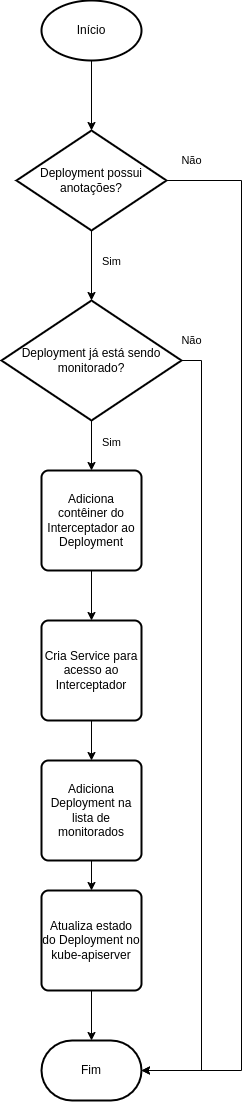
Before: images/deployment-controller.png, a diagram exported from draw.io (GianOrtiz/tcc). Source tidied: cells renumbered, new cells last; positions are measured from the earlier drawing's top-left corner, leaving out a move shared by most shapes. Its diagram source:
```xml
<mxGraphModel>
  <root>
    <mxCell id="0" />
    <mxCell id="1" parent="0" />
    <mxCell id="2" value="Início" style="strokeWidth=2;html=1;shape=mxgraph.flowchart.start_1;whiteSpace=wrap;" parent="1" vertex="1">
      <mxGeometry x="40" width="100" height="60" as="geometry" />
    </mxCell>
    <mxCell id="3" style="edgeStyle=orthogonalEdgeStyle;rounded=0;jettySize=auto;html=1;entryX=1;entryY=0.5;entryDx=0;entryDy=0;entryPerimeter=0;" parent="1" edge="1" source="5" target="7">
      <mxGeometry relative="1" as="geometry">
        <Array as="points">
          <mxPoint x="240" y="180" />
          <mxPoint x="240" y="1070" />
        </Array>
      </mxGeometry>
    </mxCell>
    <mxCell id="4" value="Não" style="edgeLabel;html=1;align=center;verticalAlign=middle;" parent="3" vertex="1">
      <mxGeometry x="-0.76" y="-1" relative="1" as="geometry">
        <mxPoint x="-49" y="-73" as="offset" />
      </mxGeometry>
    </mxCell>
    <mxCell id="5" value="Deployment possui anotações?" style="strokeWidth=2;html=1;shape=mxgraph.flowchart.decision;whiteSpace=wrap;" parent="1" vertex="1">
      <mxGeometry x="15" y="130" width="150" height="100" as="geometry" />
    </mxCell>
    <mxCell id="6" style="edgeStyle=orthogonalEdgeStyle;rounded=0;jettySize=auto;html=1;entryX=0.5;entryY=0;entryDx=0;entryDy=0;entryPerimeter=0;" parent="1" edge="1" source="2" target="5">
      <mxGeometry relative="1" as="geometry" />
    </mxCell>
    <mxCell id="7" value="Fim" style="strokeWidth=2;html=1;shape=mxgraph.flowchart.terminator;whiteSpace=wrap;" parent="1" vertex="1">
      <mxGeometry x="40" y="1040" width="100" height="60" as="geometry" />
    </mxCell>
    <mxCell id="8" style="edgeStyle=orthogonalEdgeStyle;rounded=0;jettySize=auto;html=1;entryX=0.5;entryY=0;entryDx=0;entryDy=0;" parent="1" edge="1" source="10" target="14">
      <mxGeometry relative="1" as="geometry" />
    </mxCell>
    <mxCell id="9" value="Sim" style="edgeLabel;html=1;align=center;verticalAlign=middle;" parent="8" vertex="1">
      <mxGeometry x="-0.12" y="-2" relative="1" as="geometry">
        <mxPoint x="22" as="offset" />
      </mxGeometry>
    </mxCell>
    <mxCell id="10" value="Deployment já está sendo monitorado?" style="strokeWidth=2;html=1;shape=mxgraph.flowchart.decision;whiteSpace=wrap;" parent="1" vertex="1">
      <mxGeometry y="300" width="180" height="120" as="geometry" />
    </mxCell>
    <mxCell id="11" style="edgeStyle=orthogonalEdgeStyle;rounded=0;jettySize=auto;html=1;entryX=0.5;entryY=0;entryDx=0;entryDy=0;entryPerimeter=0;" parent="1" edge="1" source="5" target="10">
      <mxGeometry relative="1" as="geometry" />
    </mxCell>
    <mxCell id="12" value="Sim" style="edgeLabel;html=1;align=center;verticalAlign=middle;" parent="11" vertex="1">
      <mxGeometry x="-0.31" relative="1" as="geometry">
        <mxPoint x="20" y="6" as="offset" />
      </mxGeometry>
    </mxCell>
    <mxCell id="13" style="edgeStyle=orthogonalEdgeStyle;rounded=0;jettySize=auto;html=1;entryX=0.5;entryY=0;entryDx=0;entryDy=0;" parent="1" edge="1" source="14" target="16">
      <mxGeometry relative="1" as="geometry" />
    </mxCell>
    <mxCell id="14" value="Adiciona contêiner do Interceptador ao Deployment" style="rounded=1;whiteSpace=wrap;html=1;absoluteArcSize=1;arcSize=14;strokeWidth=2;" parent="1" vertex="1">
      <mxGeometry x="40" y="470" width="100" height="100" as="geometry" />
    </mxCell>
    <mxCell id="15" style="edgeStyle=orthogonalEdgeStyle;rounded=0;jettySize=auto;html=1;entryX=0.5;entryY=0;entryDx=0;entryDy=0;" parent="1" edge="1" source="16" target="18">
      <mxGeometry relative="1" as="geometry" />
    </mxCell>
    <mxCell id="16" value="Cria Service para acesso ao Interceptador" style="rounded=1;whiteSpace=wrap;html=1;absoluteArcSize=1;arcSize=14;strokeWidth=2;" parent="1" vertex="1">
      <mxGeometry x="40" y="620" width="100" height="100" as="geometry" />
    </mxCell>
    <mxCell id="17" style="edgeStyle=orthogonalEdgeStyle;rounded=0;jettySize=auto;html=1;entryX=0.5;entryY=0;entryDx=0;entryDy=0;" parent="1" edge="1" source="18" target="19">
      <mxGeometry relative="1" as="geometry" />
    </mxCell>
    <mxCell id="18" value="Adiciona Deployment na lista de monitorados" style="rounded=1;whiteSpace=wrap;html=1;absoluteArcSize=1;arcSize=14;strokeWidth=2;" parent="1" vertex="1">
      <mxGeometry x="40" y="760" width="100" height="100" as="geometry" />
    </mxCell>
    <mxCell id="19" value="Atualiza estado do Deployment no kube-apiserver" style="rounded=1;whiteSpace=wrap;html=1;absoluteArcSize=1;arcSize=14;strokeWidth=2;" parent="1" vertex="1">
      <mxGeometry x="40" y="890" width="100" height="100" as="geometry" />
    </mxCell>
    <mxCell id="20" style="edgeStyle=orthogonalEdgeStyle;rounded=0;jettySize=auto;html=1;entryX=0.5;entryY=0;entryDx=0;entryDy=0;entryPerimeter=0;" parent="1" edge="1" source="19" target="7">
      <mxGeometry relative="1" as="geometry" />
    </mxCell>
    <mxCell id="21" style="edgeStyle=orthogonalEdgeStyle;rounded=0;jettySize=auto;html=1;entryX=1;entryY=0.5;entryDx=0;entryDy=0;entryPerimeter=0;" parent="1" edge="1" source="10" target="7">
      <mxGeometry relative="1" as="geometry">
        <Array as="points">
          <mxPoint x="200" y="360" />
          <mxPoint x="200" y="1070" />
        </Array>
      </mxGeometry>
    </mxCell>
    <mxCell id="22" value="Não" style="edgeLabel;html=1;align=center;verticalAlign=middle;" parent="21" vertex="1">
      <mxGeometry x="-0.83" y="3" relative="1" as="geometry">
        <mxPoint x="-13" y="-68" as="offset" />
      </mxGeometry>
    </mxCell>
  </root>
</mxGraphModel>
```
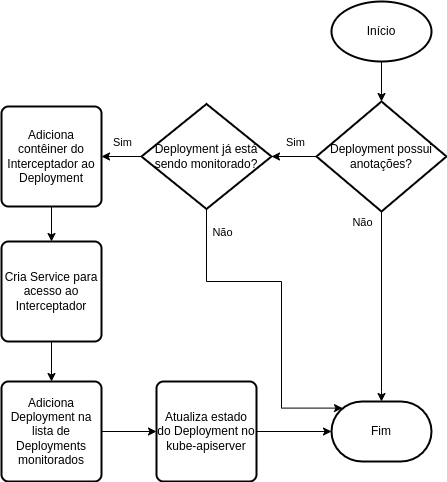
The same diagram one commit later.

Change to the diagram source:
```diff
@@ -3,85 +3,86 @@
     <mxCell id="0" />
     <mxCell id="1" parent="0" />
     <mxCell id="2" value="Início" style="strokeWidth=2;html=1;shape=mxgraph.flowchart.start_1;whiteSpace=wrap;" parent="1" vertex="1">
-      <mxGeometry x="40" width="100" height="60" as="geometry" />
+      <mxGeometry x="40" y="-10" width="100" height="60" as="geometry" />
     </mxCell>
-    <mxCell id="3" style="edgeStyle=orthogonalEdgeStyle;rounded=0;jettySize=auto;html=1;entryX=1;entryY=0.5;entryDx=0;entryDy=0;entryPerimeter=0;" parent="1" edge="1" source="5" target="7">
-      <mxGeometry relative="1" as="geometry">
-        <Array as="points">
-          <mxPoint x="240" y="180" />
-          <mxPoint x="240" y="1070" />
-        </Array>
-      </mxGeometry>
-    </mxCell>
-    <mxCell id="4" value="Não" style="edgeLabel;html=1;align=center;verticalAlign=middle;" parent="3" vertex="1">
-      <mxGeometry x="-0.76" y="-1" relative="1" as="geometry">
-        <mxPoint x="-49" y="-73" as="offset" />
-      </mxGeometry>
-    </mxCell>
+    <mxCell id="11" style="edgeStyle=orthogonalEdgeStyle;rounded=0;jettySize=auto;html=1;" parent="1" edge="1" source="5" target="10">
+      <mxGeometry relative="1" as="geometry" />
+    </mxCell>
+    <mxCell id="23" value="Sim" style="edgeLabel;html=1;align=center;verticalAlign=middle;" parent="11" vertex="1">
+      <mxGeometry x="-0.02" y="3" relative="1" as="geometry">
+        <mxPoint y="-18" as="offset" />
+      </mxGeometry>
+    </mxCell>
     <mxCell id="5" value="Deployment possui anotações?" style="strokeWidth=2;html=1;shape=mxgraph.flowchart.decision;whiteSpace=wrap;" parent="1" vertex="1">
-      <mxGeometry x="15" y="130" width="150" height="100" as="geometry" />
+      <mxGeometry x="25" y="90" width="130" height="110" as="geometry" />
     </mxCell>
     <mxCell id="6" style="edgeStyle=orthogonalEdgeStyle;rounded=0;jettySize=auto;html=1;entryX=0.5;entryY=0;entryDx=0;entryDy=0;entryPerimeter=0;" parent="1" edge="1" source="2" target="5">
       <mxGeometry relative="1" as="geometry" />
     </mxCell>
-    <mxCell id="7" value="Fim" style="strokeWidth=2;html=1;shape=mxgraph.flowchart.terminator;whiteSpace=wrap;" parent="1" vertex="1">
-      <mxGeometry x="40" y="1040" width="100" height="60" as="geometry" />
-    </mxCell>
+    <mxCell id="3" style="edgeStyle=orthogonalEdgeStyle;rounded=0;jettySize=auto;html=1;entryX=0.5;entryY=0;entryDx=0;entryDy=0;entryPerimeter=0;" parent="1" edge="1" source="5" target="7">
+      <mxGeometry relative="1" as="geometry">
+        <Array as="points">
+          <mxPoint x="90" y="380" />
+          <mxPoint x="90" y="380" />
+        </Array>
+      </mxGeometry>
+    </mxCell>
+    <mxCell id="24" value="Não" style="edgeLabel;html=1;align=center;verticalAlign=middle;" parent="3" vertex="1">
+      <mxGeometry x="0.11" y="-4" relative="1" as="geometry">
+        <mxPoint x="-16" y="-96" as="offset" />
+      </mxGeometry>
+    </mxCell>
-    <mxCell id="8" style="edgeStyle=orthogonalEdgeStyle;rounded=0;jettySize=auto;html=1;entryX=0.5;entryY=0;entryDx=0;entryDy=0;" parent="1" edge="1" source="10" target="14">
+    <mxCell id="8" style="edgeStyle=orthogonalEdgeStyle;rounded=0;jettySize=auto;html=1;entryX=1;entryY=0.5;entryDx=0;entryDy=0;" parent="1" edge="1" source="10" target="14">
       <mxGeometry relative="1" as="geometry" />
     </mxCell>
-    <mxCell id="9" value="Sim" style="edgeLabel;html=1;align=center;verticalAlign=middle;" parent="8" vertex="1">
-      <mxGeometry x="-0.12" y="-2" relative="1" as="geometry">
-        <mxPoint x="22" as="offset" />
-      </mxGeometry>
-    </mxCell>
+    <mxCell id="25" value="Sim" style="edgeLabel;html=1;align=center;verticalAlign=middle;" parent="8" vertex="1">
+      <mxGeometry x="0.2" y="1" relative="1" as="geometry">
+        <mxPoint x="4" y="-16" as="offset" />
+      </mxGeometry>
+    </mxCell>
     <mxCell id="10" value="Deployment já está sendo monitorado?" style="strokeWidth=2;html=1;shape=mxgraph.flowchart.decision;whiteSpace=wrap;" parent="1" vertex="1">
-      <mxGeometry y="300" width="180" height="120" as="geometry" />
+      <mxGeometry x="-150" y="92.5" width="130" height="105" as="geometry" />
     </mxCell>
-    <mxCell id="11" style="edgeStyle=orthogonalEdgeStyle;rounded=0;jettySize=auto;html=1;entryX=0.5;entryY=0;entryDx=0;entryDy=0;entryPerimeter=0;" parent="1" edge="1" source="5" target="10">
-      <mxGeometry relative="1" as="geometry" />
-    </mxCell>
-    <mxCell id="12" value="Sim" style="edgeLabel;html=1;align=center;verticalAlign=middle;" parent="11" vertex="1">
-      <mxGeometry x="-0.31" relative="1" as="geometry">
-        <mxPoint x="20" y="6" as="offset" />
-      </mxGeometry>
-    </mxCell>
     <mxCell id="13" style="edgeStyle=orthogonalEdgeStyle;rounded=0;jettySize=auto;html=1;entryX=0.5;entryY=0;entryDx=0;entryDy=0;" parent="1" edge="1" source="14" target="16">
       <mxGeometry relative="1" as="geometry" />
     </mxCell>
     <mxCell id="14" value="Adiciona contêiner do Interceptador ao Deployment" style="rounded=1;whiteSpace=wrap;html=1;absoluteArcSize=1;arcSize=14;strokeWidth=2;" parent="1" vertex="1">
-      <mxGeometry x="40" y="470" width="100" height="100" as="geometry" />
+      <mxGeometry x="-290" y="95" width="100" height="100" as="geometry" />
     </mxCell>
-    <mxCell id="15" style="edgeStyle=orthogonalEdgeStyle;rounded=0;jettySize=auto;html=1;entryX=0.5;entryY=0;entryDx=0;entryDy=0;" parent="1" edge="1" source="16" target="18">
-      <mxGeometry relative="1" as="geometry" />
-    </mxCell>
+    <mxCell id="26" style="edgeStyle=orthogonalEdgeStyle;rounded=0;jettySize=auto;html=1;" parent="1" edge="1" source="16" target="28">
+      <mxGeometry relative="1" as="geometry" />
+    </mxCell>
     <mxCell id="16" value="Cria Service para acesso ao Interceptador" style="rounded=1;whiteSpace=wrap;html=1;absoluteArcSize=1;arcSize=14;strokeWidth=2;" parent="1" vertex="1">
-      <mxGeometry x="40" y="620" width="100" height="100" as="geometry" />
+      <mxGeometry x="-290" y="230" width="100" height="100" as="geometry" />
     </mxCell>
-    <mxCell id="17" style="edgeStyle=orthogonalEdgeStyle;rounded=0;jettySize=auto;html=1;entryX=0.5;entryY=0;entryDx=0;entryDy=0;" parent="1" edge="1" source="18" target="19">
-      <mxGeometry relative="1" as="geometry" />
-    </mxCell>
-    <mxCell id="18" value="Adiciona Deployment na lista de monitorados" style="rounded=1;whiteSpace=wrap;html=1;absoluteArcSize=1;arcSize=14;strokeWidth=2;" parent="1" vertex="1">
-      <mxGeometry x="40" y="760" width="100" height="100" as="geometry" />
-    </mxCell>
+    <mxCell id="20" style="edgeStyle=orthogonalEdgeStyle;rounded=0;jettySize=auto;html=1;" parent="1" edge="1" source="19" target="7">
+      <mxGeometry relative="1" as="geometry" />
+    </mxCell>
     <mxCell id="19" value="Atualiza estado do Deployment no kube-apiserver" style="rounded=1;whiteSpace=wrap;html=1;absoluteArcSize=1;arcSize=14;strokeWidth=2;" parent="1" vertex="1">
-      <mxGeometry x="40" y="890" width="100" height="100" as="geometry" />
+      <mxGeometry x="-135" y="370" width="100" height="100" as="geometry" />
     </mxCell>
-    <mxCell id="20" style="edgeStyle=orthogonalEdgeStyle;rounded=0;jettySize=auto;html=1;entryX=0.5;entryY=0;entryDx=0;entryDy=0;entryPerimeter=0;" parent="1" edge="1" source="19" target="7">
-      <mxGeometry relative="1" as="geometry" />
-    </mxCell>
+    <mxCell id="27" style="edgeStyle=orthogonalEdgeStyle;rounded=0;jettySize=auto;html=1;" parent="1" edge="1" source="28" target="19">
+      <mxGeometry relative="1" as="geometry" />
+    </mxCell>
+    <mxCell id="28" value="Adiciona Deployment na lista de Deployments monitorados" style="rounded=1;whiteSpace=wrap;html=1;absoluteArcSize=1;arcSize=14;strokeWidth=2;" parent="1" vertex="1">
+      <mxGeometry x="-290" y="370" width="100" height="100" as="geometry" />
+    </mxCell>
+    <mxCell id="7" value="Fim" style="strokeWidth=2;html=1;shape=mxgraph.flowchart.terminator;whiteSpace=wrap;" parent="1" vertex="1">
+      <mxGeometry x="40" y="390" width="100" height="60" as="geometry" />
+    </mxCell>
-    <mxCell id="21" style="edgeStyle=orthogonalEdgeStyle;rounded=0;jettySize=auto;html=1;entryX=1;entryY=0.5;entryDx=0;entryDy=0;entryPerimeter=0;" parent="1" edge="1" source="10" target="7">
+    <mxCell id="21" style="edgeStyle=orthogonalEdgeStyle;rounded=0;jettySize=auto;html=1;entryX=0.11;entryY=0.11;entryDx=0;entryDy=0;entryPerimeter=0;" parent="1" edge="1" source="10" target="7">
       <mxGeometry relative="1" as="geometry">
         <Array as="points">
-          <mxPoint x="200" y="360" />
-          <mxPoint x="200" y="1070" />
+          <mxPoint x="-85" y="270" />
+          <mxPoint x="-10" y="270" />
+          <mxPoint x="-10" y="397" />
         </Array>
       </mxGeometry>
     </mxCell>
-    <mxCell id="22" value="Não" style="edgeLabel;html=1;align=center;verticalAlign=middle;" parent="21" vertex="1">
-      <mxGeometry x="-0.83" y="3" relative="1" as="geometry">
-        <mxPoint x="-13" y="-68" as="offset" />
-      </mxGeometry>
-    </mxCell>
+    <mxCell id="29" value="Não" style="edgeLabel;html=1;align=center;verticalAlign=middle;" parent="21" vertex="1">
+      <mxGeometry x="-0.82" y="2" relative="1" as="geometry">
+        <mxPoint x="13" y="-7" as="offset" />
+      </mxGeometry>
+    </mxCell>
   </root>
 </mxGraphModel>
```
